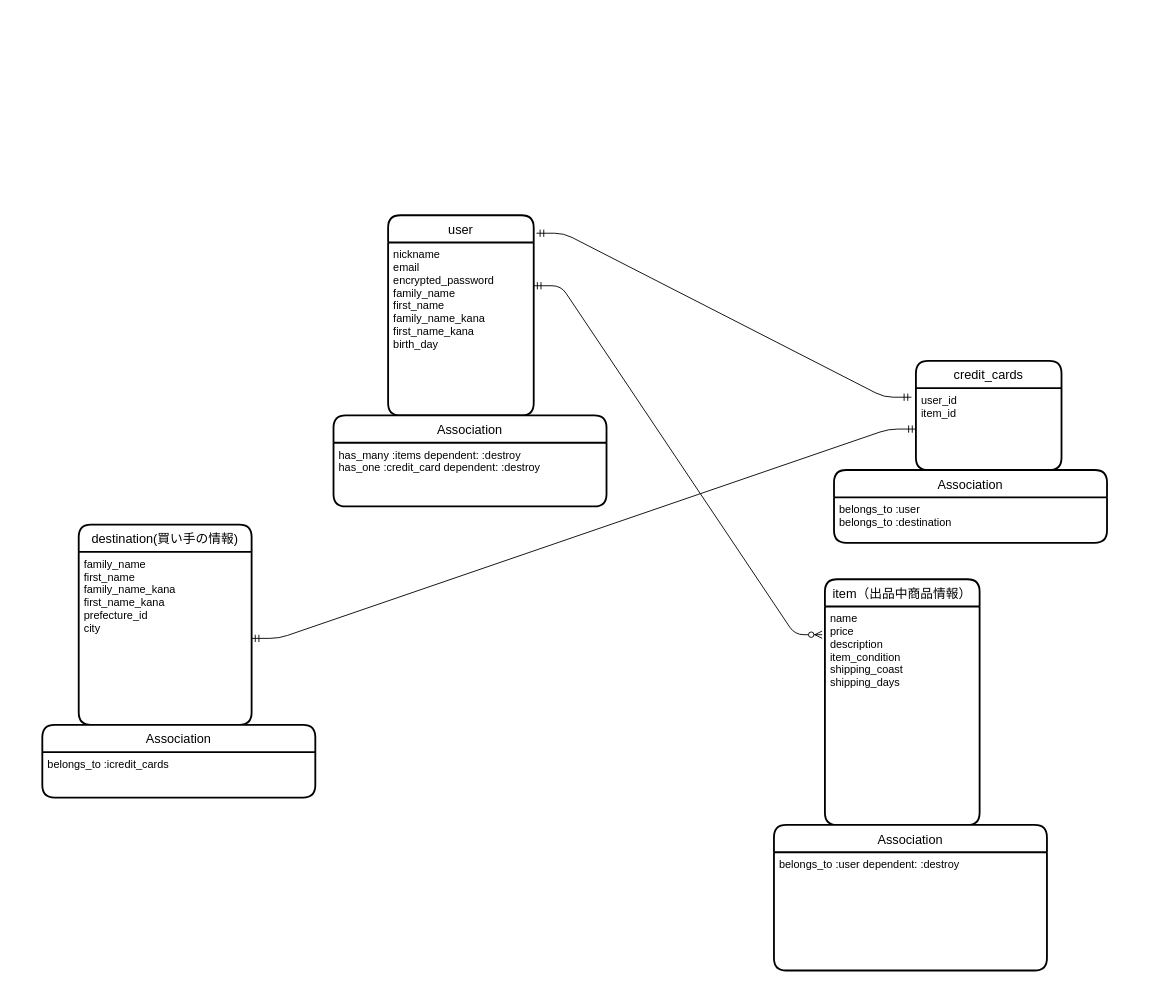
Above: furima.dio in donrow007/furima-38283 (draw.io), before the change. Source tidied: cells renumbered, new cells numbered last; positions are measured from the earlier drawing's top-left corner, leaving out a move shared by most shapes. Both pictures are drawn from the tidied source at 91%, with x=0, y=0 at pixel (42, 215).
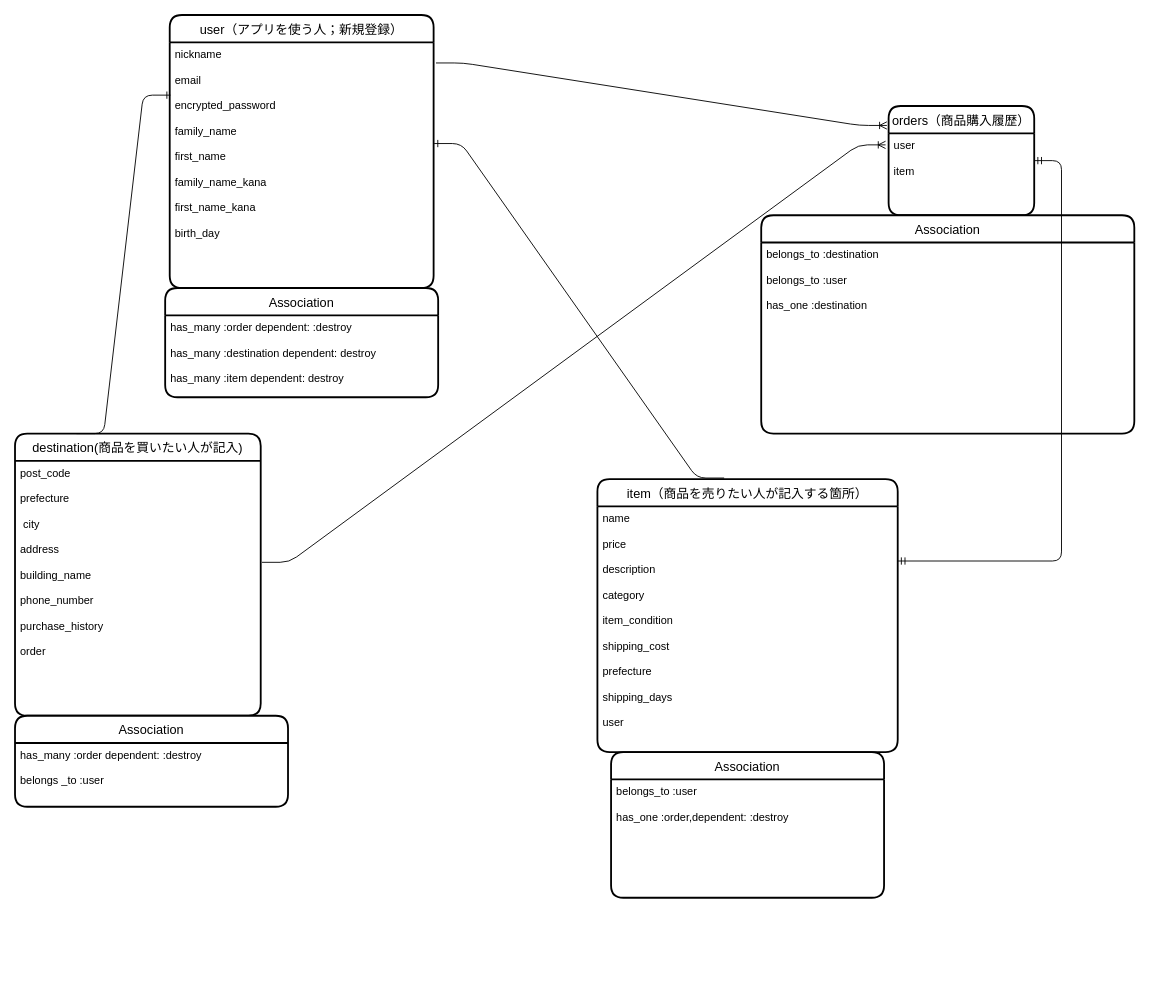
The same page after the edit.

Commit message (it also covers changes not shown here):
DB設計　３回目提出

Diff of the diagram source:
```diff
@@
-    <mxCell id="2" value="credit_cards" style="swimlane;horizontal=1;startSize=30;rounded=1;fontSize=14;fontStyle=0;strokeWidth=2;shadow=0;dashed=0;align=center;" parent="1" vertex="1">
-      <mxGeometry x="960" y="160" width="160" height="120" as="geometry" />
+    <mxCell id="2" value="orders（商品購入履歴）" style="swimlane;horizontal=1;startSize=30;rounded=1;fontSize=14;fontStyle=0;strokeWidth=2;shadow=0;dashed=0;align=center;" parent="1" vertex="1">
+      <mxGeometry x="930" y="-120" width="160" height="120" as="geometry" />
     </mxCell>
-    <mxCell id="3" value="user_id&#10;item_id" style="align=left;strokeColor=none;fillColor=none;spacingLeft=4;fontSize=12;verticalAlign=top;" parent="2" vertex="1">
+    <mxCell id="3" value="user&#10;&#10;item" style="align=left;strokeColor=none;fillColor=none;spacingLeft=4;fontSize=12;verticalAlign=top;" parent="2" vertex="1">
       <mxGeometry y="30" width="160" height="90" as="geometry" />
     </mxCell>
-    <mxCell id="4" value="item（出品中商品情報）" style="swimlane;horizontal=1;startSize=30;rounded=1;fontSize=14;fontStyle=0;strokeWidth=2;shadow=0;dashed=0;align=center;" parent="1" vertex="1">
-      <mxGeometry x="860" y="400" width="170" height="270" as="geometry" />
+    <mxCell id="4" value="item（商品を売りたい人が記入する箇所）" style="swimlane;horizontal=1;startSize=30;rounded=1;fontSize=14;fontStyle=0;strokeWidth=2;shadow=0;dashed=0;align=center;" parent="1" vertex="1">
+      <mxGeometry x="610" y="290" width="330" height="300" as="geometry" />
     </mxCell>
-    <mxCell id="5" value="name&#10;price&#10;description&#10;item_condition&#10;shipping_coast&#10;shipping_days&#10;&#10;&#10;" style="align=left;strokeColor=none;fillColor=none;spacingLeft=4;fontSize=12;verticalAlign=top;" parent="4" vertex="1">
-      <mxGeometry y="30" width="170" height="240" as="geometry" />
+    <mxCell id="5" value="name&#10;&#10;price&#10;&#10;description&#10;&#10;category           &#10;&#10;item_condition&#10;     &#10;shipping_cost&#10;&#10;prefecture&#10;&#10;shipping_days&#10; &#10;user               &#10;&#10;&#10;&#10;" style="align=left;strokeColor=none;fillColor=none;spacingLeft=4;fontSize=12;verticalAlign=top;" parent="4" vertex="1">
+      <mxGeometry y="30" width="330" height="270" as="geometry" />
     </mxCell>
-    <mxCell id="6" value="destination(買い手の情報)" style="swimlane;horizontal=1;startSize=30;rounded=1;fontSize=14;fontStyle=0;strokeWidth=2;shadow=0;dashed=0;align=center;" parent="1" vertex="1">
-      <mxGeometry x="40" y="340" width="190" height="220" as="geometry" />
+    <mxCell id="6" value="destination(商品を買いたい人が記入)" style="swimlane;horizontal=1;startSize=30;rounded=1;fontSize=14;fontStyle=0;strokeWidth=2;shadow=0;dashed=0;align=center;" parent="1" vertex="1">
+      <mxGeometry x="-30" y="240" width="270" height="310" as="geometry" />
     </mxCell>
-    <mxCell id="7" value="family_name&#10;first_name&#10;family_name_kana&#10;first_name_kana&#10;prefecture_id&#10;city&#10;&#10;&#10;&#10;&#10;" style="align=left;strokeColor=none;fillColor=none;spacingLeft=4;fontSize=12;verticalAlign=top;" parent="6" vertex="1">
-      <mxGeometry y="30" width="190" height="190" as="geometry" />
+    <mxCell id="7" value="post_code&#10;&#10;prefecture&#10;&#10; city  &#10;&#10;address &#10;          &#10;building_name&#10;      &#10;phone_number&#10;      &#10;purchase_history&#10;&#10;order&#10;&#10;&#10;&#10;&#10;" style="align=left;strokeColor=none;fillColor=none;spacingLeft=4;fontSize=12;verticalAlign=top;" parent="6" vertex="1">
+      <mxGeometry y="30" width="270" height="280" as="geometry" />
     </mxCell>
-    <mxCell id="8" value="user" style="swimlane;horizontal=1;startSize=30;rounded=1;fontSize=14;fontStyle=0;strokeWidth=2;shadow=0;dashed=0;align=center;" parent="1" vertex="1">
-      <mxGeometry x="380" width="160" height="220" as="geometry" />
+    <mxCell id="8" value="user（アプリを使う人；新規登録）" style="swimlane;horizontal=1;startSize=30;rounded=1;fontSize=14;fontStyle=0;strokeWidth=2;shadow=0;dashed=0;align=center;" parent="1" vertex="1">
+      <mxGeometry x="140" y="-220" width="290" height="300" as="geometry" />
     </mxCell>
-    <mxCell id="9" value="nickname&#10;email&#10;encrypted_password&#10;family_name&#10;first_name&#10;family_name_kana&#10;first_name_kana&#10;birth_day&#10;&#10;" style="align=left;strokeColor=none;fillColor=none;spacingLeft=4;fontSize=12;verticalAlign=top;" parent="8" vertex="1">
-      <mxGeometry y="30" width="160" height="190" as="geometry" />
+    <mxCell id="9" value="nickname&#10;&#10;email&#10;&#10;encrypted_password&#10;&#10;family_name&#10;&#10;first_name&#10;&#10;family_name_kana&#10;&#10;first_name_kana&#10;&#10;birth_day&#10;&#10;" style="align=left;strokeColor=none;fillColor=none;spacingLeft=4;fontSize=12;verticalAlign=top;" parent="8" vertex="1">
+      <mxGeometry y="30" width="290" height="270" as="geometry" />
     </mxCell>
-    <mxCell id="10" style="edgeStyle=entityRelationEdgeStyle;fontSize=12;html=1;endArrow=ERzeroToMany;startArrow=ERmandOne;entryX=-0.018;entryY=0.129;entryDx=0;entryDy=0;entryPerimeter=0;exitX=1;exitY=0.25;exitDx=0;exitDy=0;" parent="1" edge="1" source="9" target="5">
-      <mxGeometry relative="1" as="geometry" />
-    </mxCell>
-    <mxCell id="11" style="edgeStyle=entityRelationEdgeStyle;fontSize=12;html=1;endArrow=ERmandOne;startArrow=ERmandOne;exitX=1.019;exitY=0.09;exitDx=0;exitDy=0;exitPerimeter=0;entryX=-0.031;entryY=0.111;entryDx=0;entryDy=0;entryPerimeter=0;" parent="1" edge="1" source="8" target="3">
-      <mxGeometry relative="1" as="geometry" />
-    </mxCell>
-    <mxCell id="12" style="edgeStyle=entityRelationEdgeStyle;fontSize=12;html=1;endArrow=ERmandOne;startArrow=ERmandOne;exitX=1;exitY=0.5;exitDx=0;exitDy=0;entryX=0;entryY=0.5;entryDx=0;entryDy=0;" parent="1" edge="1" source="7" target="3">
-      <mxGeometry relative="1" as="geometry" />
-    </mxCell>
     <mxCell id="13" value="Association" style="swimlane;horizontal=1;startSize=30;rounded=1;fontSize=14;fontStyle=0;strokeWidth=2;shadow=0;dashed=0;align=center;" parent="1" vertex="1">
-      <mxGeometry x="320" y="220" width="300" height="100" as="geometry" />
+      <mxGeometry x="135" y="80" width="300" height="120" as="geometry" />
     </mxCell>
-    <mxCell id="14" value="has_many :items dependent: :destroy&#10;has_one :credit_card dependent: :destroy&#10;&#10;" style="align=left;strokeColor=none;fillColor=none;spacingLeft=4;fontSize=12;verticalAlign=top;" parent="13" vertex="1">
-      <mxGeometry y="30" width="300" height="70" as="geometry" />
+    <mxCell id="14" value="has_many :order dependent: :destroy&#10;&#10;has_many :destination dependent: destroy&#10;&#10;has_many :item dependent: destroy" style="align=left;strokeColor=none;fillColor=none;spacingLeft=4;fontSize=12;verticalAlign=top;" parent="13" vertex="1">
+      <mxGeometry y="30" width="300" height="90" as="geometry" />
     </mxCell>
-    <mxCell id="15" value="Association" style="swimlane;horizontal=1;startSize=30;rounded=1;fontSize=14;fontStyle=0;strokeWidth=2;shadow=0;dashed=0;align=center;" parent="1" vertex="1">
-      <mxGeometry y="560" width="300" height="80" as="geometry" />
-    </mxCell>
-    <mxCell id="16" value="belongs_to :icredit_cards" style="align=left;strokeColor=none;fillColor=none;spacingLeft=4;fontSize=12;verticalAlign=top;" parent="15" vertex="1">
-      <mxGeometry y="30" width="300" height="50" as="geometry" />
-    </mxCell>
     <mxCell id="17" value="Association" style="swimlane;horizontal=1;startSize=30;rounded=1;fontSize=14;fontStyle=0;strokeWidth=2;shadow=0;dashed=0;align=center;" parent="1" vertex="1">
-      <mxGeometry x="870" y="280" width="300" height="80" as="geometry" />
+      <mxGeometry x="790" width="410" height="240" as="geometry" />
     </mxCell>
-    <mxCell id="18" value="belongs_to :user&#10;belongs_to :destination" style="align=left;strokeColor=none;fillColor=none;spacingLeft=4;fontSize=12;verticalAlign=top;" parent="17" vertex="1">
-      <mxGeometry y="30" width="300" height="50" as="geometry" />
+    <mxCell id="18" value="belongs_to :destination&#10;&#10;belongs_to :user&#10;&#10;has_one :destination&#10;" style="align=left;strokeColor=none;fillColor=none;spacingLeft=4;fontSize=12;verticalAlign=top;" parent="17" vertex="1">
+      <mxGeometry y="30" width="410" height="210" as="geometry" />
     </mxCell>
     <mxCell id="19" value="Association" style="swimlane;horizontal=1;startSize=30;rounded=1;fontSize=14;fontStyle=0;strokeWidth=2;shadow=0;dashed=0;align=center;" parent="1" vertex="1">
-      <mxGeometry x="804" y="670" width="300" height="160" as="geometry" />
+      <mxGeometry x="625" y="590" width="300" height="160" as="geometry" />
     </mxCell>
-    <mxCell id="20" value="belongs_to :user dependent: :destroy&#10;" style="align=left;strokeColor=none;fillColor=none;spacingLeft=4;fontSize=12;verticalAlign=top;" parent="19" vertex="1">
+    <mxCell id="20" value="belongs_to :user &#10;&#10;has_one :order,dependent: :destroy" style="align=left;strokeColor=none;fillColor=none;spacingLeft=4;fontSize=12;verticalAlign=top;" parent="19" vertex="1">
       <mxGeometry y="30" width="300" height="130" as="geometry" />
     </mxCell>
+    <mxCell id="21" style="edgeStyle=entityRelationEdgeStyle;fontSize=12;html=1;endArrow=ERoneToMany;exitX=1.009;exitY=0.084;exitDx=0;exitDy=0;exitPerimeter=0;entryX=-0.012;entryY=0.178;entryDx=0;entryDy=0;entryPerimeter=0;" parent="1" edge="1" source="9" target="2">
+      <mxGeometry relative="1" as="geometry" />
+    </mxCell>
+    <mxCell id="22" style="edgeStyle=entityRelationEdgeStyle;fontSize=12;html=1;endArrow=ERone;endFill=1;exitX=0.422;exitY=-0.004;exitDx=0;exitDy=0;exitPerimeter=0;entryX=1.002;entryY=0.412;entryDx=0;entryDy=0;entryPerimeter=0;" parent="1" edge="1" source="4" target="9">
+      <mxGeometry relative="1" as="geometry" />
+    </mxCell>
+    <mxCell id="23" style="edgeStyle=entityRelationEdgeStyle;fontSize=12;html=1;endArrow=ERmandOne;startArrow=ERmandOne;" parent="1" edge="1" target="2">
+      <mxGeometry relative="1" as="geometry">
+        <mxPoint x="940" y="380" as="sourcePoint" />
+      </mxGeometry>
+    </mxCell>
+    <mxCell id="12" style="edgeStyle=entityRelationEdgeStyle;fontSize=12;html=1;endArrow=ERoneToMany;exitX=1.005;exitY=0.398;exitDx=0;exitDy=0;exitPerimeter=0;entryX=-0.021;entryY=0.141;entryDx=0;entryDy=0;entryPerimeter=0;" parent="1" edge="1" source="7" target="3">
+      <mxGeometry relative="1" as="geometry" />
+    </mxCell>
+    <mxCell id="15" value="Association" style="swimlane;horizontal=1;startSize=30;rounded=1;fontSize=14;fontStyle=0;strokeWidth=2;shadow=0;dashed=0;align=center;" parent="1" vertex="1">
+      <mxGeometry x="-30" y="550" width="300" height="100" as="geometry" />
+    </mxCell>
+    <mxCell id="24" value="has_many :order dependent: :destroy&#10;&#10;belongs _to :user" style="align=left;strokeColor=none;fillColor=none;spacingLeft=4;fontSize=12;verticalAlign=top;" parent="15" vertex="1">
+      <mxGeometry y="30" width="300" height="70" as="geometry" />
+    </mxCell>
+    <mxCell id="25" style="edgeStyle=entityRelationEdgeStyle;fontSize=12;html=1;endArrow=ERone;endFill=1;entryX=0.003;entryY=0.215;entryDx=0;entryDy=0;entryPerimeter=0;exitX=0.25;exitY=0;exitDx=0;exitDy=0;" parent="1" edge="1" source="6" target="9">
+      <mxGeometry relative="1" as="geometry" />
+    </mxCell>
```
